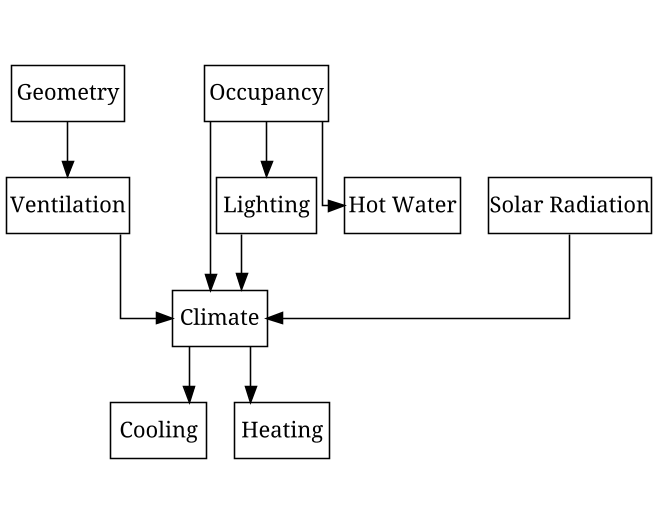
OxfordRSE/OpenBES-py keeps this Graphviz diagram as simulation_dag.png. Above is the earlier version. Its source is kept beside it as simulation_dag.dot.
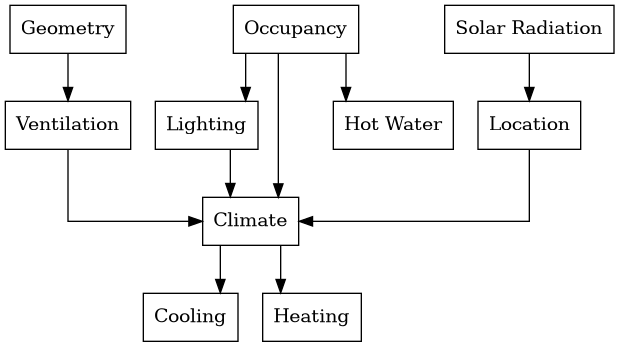
Later version of the same file.

Diff of the diagram source:
```diff
@@ -12,6 +12,7 @@
     Cooling;
     Heating;
     "Hot Water";
+    Location;
 
 
     Geometry -> Ventilation;
@@ -20,7 +21,8 @@
     Lighting -> Climate;
     Ventilation -> Climate;
     Occupancy -> Climate;
-    "Solar Radiation" -> Climate;
+    "Solar Radiation" -> Location;
+    Location -> Climate;
 
     Climate -> Cooling;
     Climate -> Heating;
```
